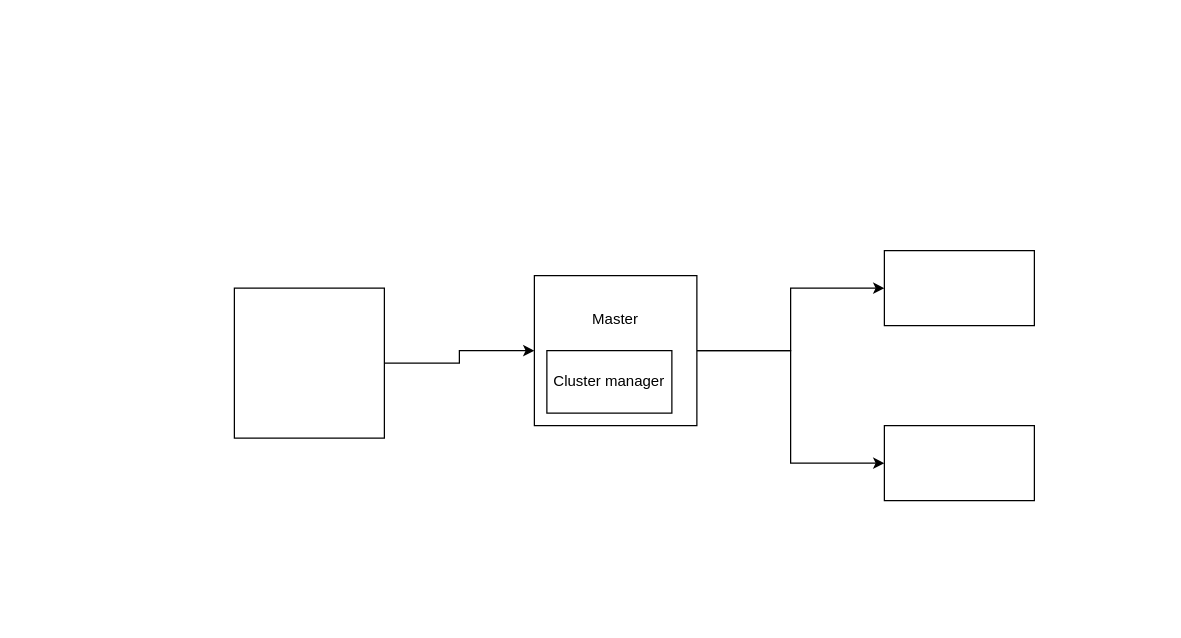
Before: spark architecture.drawio in vukhanh09/DATN, a draw.io diagram. Source tidied: cells renumbered, new cells numbered last; positions are measured from the earlier drawing's top-left corner, leaving out a move shared by most shapes. Both pictures are drawn from the tidied source at 125%, with x=0, y=0 at pixel (234, 250). Pictures stored in the file or linked from it are replaced by grey dashed boxes.
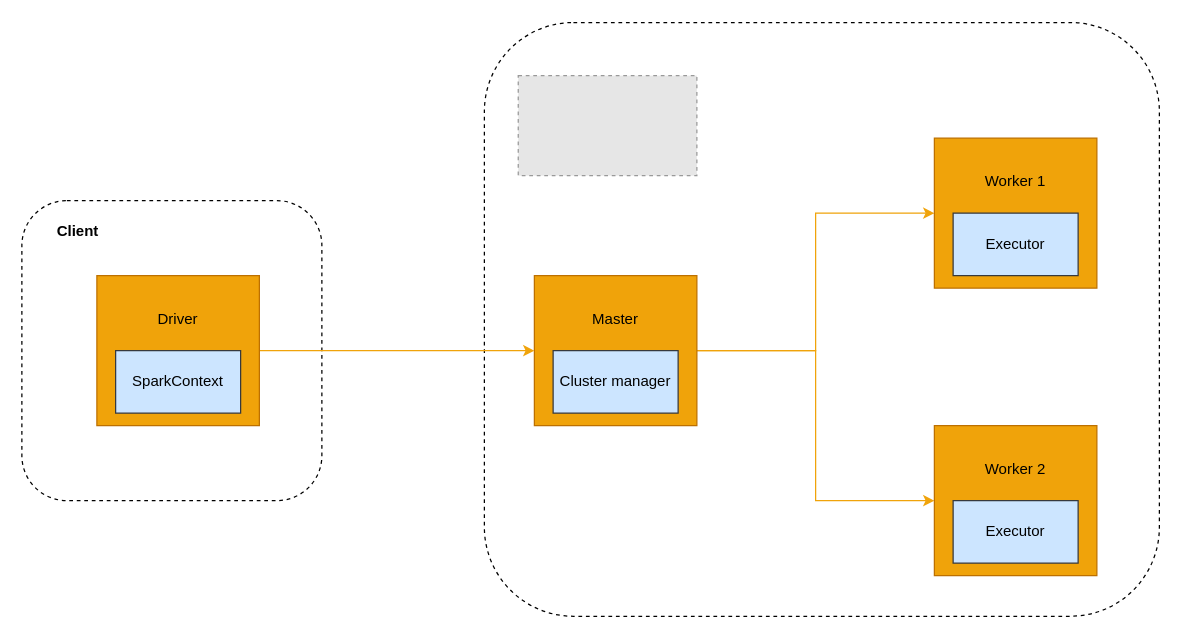
After the change.

The edit, as a diff of the source:
```diff
@@
-    <mxCell id="2" style="edgeStyle=orthogonalEdgeStyle;rounded=0;jettySize=auto;html=1;entryX=0;entryY=0.5;entryDx=0;entryDy=0;" parent="1" edge="1" source="3" target="6">
-      <mxGeometry relative="1" as="geometry" />
-    </mxCell>
-    <mxCell id="3" style="rounded=0;whiteSpace=wrap;html=1;shadow=0;glass=0;" parent="1" vertex="1">
-      <mxGeometry y="30" width="120" height="120" as="geometry" />
-    </mxCell>
-    <mxCell id="4" style="edgeStyle=orthogonalEdgeStyle;rounded=0;jettySize=auto;html=1;entryX=0;entryY=0.5;entryDx=0;entryDy=0;" parent="1" edge="1" source="6" target="7">
-      <mxGeometry relative="1" as="geometry" />
-    </mxCell>
-    <mxCell id="5" style="edgeStyle=orthogonalEdgeStyle;rounded=0;jettySize=auto;html=1;exitX=1;exitY=0.5;exitDx=0;exitDy=0;entryX=0;entryY=0.5;entryDx=0;entryDy=0;" parent="1" edge="1" source="6" target="8">
-      <mxGeometry relative="1" as="geometry" />
-    </mxCell>
+    <mxCell id="11" style="rounded=1;whiteSpace=wrap;html=1;shadow=0;glass=0;sketch=0;dashed=1;" parent="1" vertex="1">
+      <mxGeometry x="200" y="-182.5" width="540" height="475" as="geometry" />
+    </mxCell>
+    <mxCell id="12" style="rounded=1;whiteSpace=wrap;html=1;shadow=0;glass=0;sketch=0;dashed=1;" parent="1" vertex="1">
+      <mxGeometry x="-170" y="-40" width="240" height="240" as="geometry" />
+    </mxCell>
+    <mxCell id="13" style="edgeStyle=orthogonalEdgeStyle;rounded=0;jettySize=auto;html=1;exitX=1;exitY=0.5;exitDx=0;exitDy=0;entryX=0;entryY=0.5;entryDx=0;entryDy=0;strokeColor=#F0A30A;" parent="1" edge="1" source="6" target="15">
+      <mxGeometry relative="1" as="geometry" />
+    </mxCell>
+    <mxCell id="14" style="edgeStyle=orthogonalEdgeStyle;rounded=0;jettySize=auto;html=1;exitX=1;exitY=0.5;exitDx=0;exitDy=0;entryX=0;entryY=0.5;entryDx=0;entryDy=0;strokeColor=#F0A30A;" parent="1" edge="1" source="6" target="18">
+      <mxGeometry relative="1" as="geometry" />
+    </mxCell>
-    <mxCell id="6" style="rounded=0;whiteSpace=wrap;html=1;" parent="1" vertex="1">
+    <mxCell id="6" style="rounded=0;whiteSpace=wrap;html=1;fillColor=#f0a30a;strokeColor=#BD7000;fontColor=#000000;" parent="1" vertex="1">
       <mxGeometry x="240" y="20" width="130" height="120" as="geometry" />
     </mxCell>
-    <mxCell id="7" style="rounded=0;whiteSpace=wrap;html=1;" parent="1" vertex="1">
-      <mxGeometry x="520" width="120" height="60" as="geometry" />
-    </mxCell>
-    <mxCell id="8" style="rounded=0;whiteSpace=wrap;html=1;" parent="1" vertex="1">
-      <mxGeometry x="520" y="140" width="120" height="60" as="geometry" />
-    </mxCell>
-    <mxCell id="9" value="Cluster manager" style="rounded=0;whiteSpace=wrap;html=1;shadow=0;glass=0;sketch=0;" parent="1" vertex="1">
-      <mxGeometry x="250" y="80" width="100" height="50" as="geometry" />
+    <mxCell id="9" value="Cluster manager" style="rounded=0;whiteSpace=wrap;html=1;shadow=0;glass=0;sketch=0;fillColor=#cce5ff;strokeColor=#36393d;" parent="1" vertex="1">
+      <mxGeometry x="255" y="80" width="100" height="50" as="geometry" />
     </mxCell>
@@
+    <mxCell id="15" style="rounded=0;whiteSpace=wrap;html=1;fillColor=#f0a30a;fontColor=#000000;strokeColor=#BD7000;" parent="1" vertex="1">
+      <mxGeometry x="560" y="-90" width="130" height="120" as="geometry" />
+    </mxCell>
+    <mxCell id="16" value="Executor" style="rounded=0;whiteSpace=wrap;html=1;shadow=0;glass=0;sketch=0;fillColor=#cce5ff;strokeColor=#36393d;" parent="1" vertex="1">
+      <mxGeometry x="575" y="-30" width="100" height="50" as="geometry" />
+    </mxCell>
+    <mxCell id="17" value="Worker 1" style="text;html=1;strokeColor=none;fillColor=none;align=center;verticalAlign=middle;whiteSpace=wrap;rounded=0;shadow=0;glass=0;sketch=0;" parent="1" vertex="1">
+      <mxGeometry x="595" y="-70" width="60" height="30" as="geometry" />
+    </mxCell>
+    <mxCell id="18" style="rounded=0;whiteSpace=wrap;html=1;fillColor=#f0a30a;fontColor=#000000;strokeColor=#BD7000;" parent="1" vertex="1">
+      <mxGeometry x="560" y="140" width="130" height="120" as="geometry" />
+    </mxCell>
+    <mxCell id="19" value="Executor" style="rounded=0;whiteSpace=wrap;html=1;shadow=0;glass=0;sketch=0;fillColor=#cce5ff;strokeColor=#36393d;" parent="1" vertex="1">
+      <mxGeometry x="575" y="200" width="100" height="50" as="geometry" />
+    </mxCell>
+    <mxCell id="20" value="Worker 2" style="text;html=1;strokeColor=none;fillColor=none;align=center;verticalAlign=middle;whiteSpace=wrap;rounded=0;shadow=0;glass=0;sketch=0;" parent="1" vertex="1">
+      <mxGeometry x="595" y="160" width="60" height="30" as="geometry" />
+    </mxCell>
+    <mxCell id="21" style="edgeStyle=orthogonalEdgeStyle;rounded=0;jettySize=auto;html=1;exitX=1;exitY=0.5;exitDx=0;exitDy=0;entryX=0;entryY=0.5;entryDx=0;entryDy=0;fillColor=#ffcc99;strokeColor=#F0A30A;" parent="1" edge="1" source="22" target="6">
+      <mxGeometry relative="1" as="geometry" />
+    </mxCell>
+    <mxCell id="22" style="rounded=0;whiteSpace=wrap;html=1;fillColor=#f0a30a;strokeColor=#BD7000;fontColor=#000000;" parent="1" vertex="1">
+      <mxGeometry x="-110" y="20" width="130" height="120" as="geometry" />
+    </mxCell>
+    <mxCell id="23" value="SparkContext" style="rounded=0;whiteSpace=wrap;html=1;shadow=0;glass=0;sketch=0;fillColor=#cce5ff;strokeColor=#36393d;" parent="1" vertex="1">
+      <mxGeometry x="-95" y="80" width="100" height="50" as="geometry" />
+    </mxCell>
+    <mxCell id="24" value="Driver" style="text;html=1;strokeColor=none;fillColor=none;align=center;verticalAlign=middle;whiteSpace=wrap;rounded=0;shadow=0;glass=0;sketch=0;" parent="1" vertex="1">
+      <mxGeometry x="-75" y="40" width="60" height="30" as="geometry" />
+    </mxCell>
+    <mxCell id="25" value="&lt;b&gt;Client&lt;/b&gt;" style="text;html=1;strokeColor=none;fillColor=none;align=center;verticalAlign=middle;whiteSpace=wrap;rounded=0;shadow=0;glass=0;dashed=1;sketch=0;" parent="1" vertex="1">
+      <mxGeometry x="-155" y="-30" width="60" height="30" as="geometry" />
+    </mxCell>
+    <mxCell id="26" style="fillColor=#E6E6E6;strokeColor=#999999;dashed=1;verticalLabelPosition=bottom;labelBackgroundColor=default;verticalAlign=top;" parent="1" vertex="1">
+      <mxGeometry x="227.1" y="-140" width="142.9" height="80" as="geometry" />
+    </mxCell>
```
